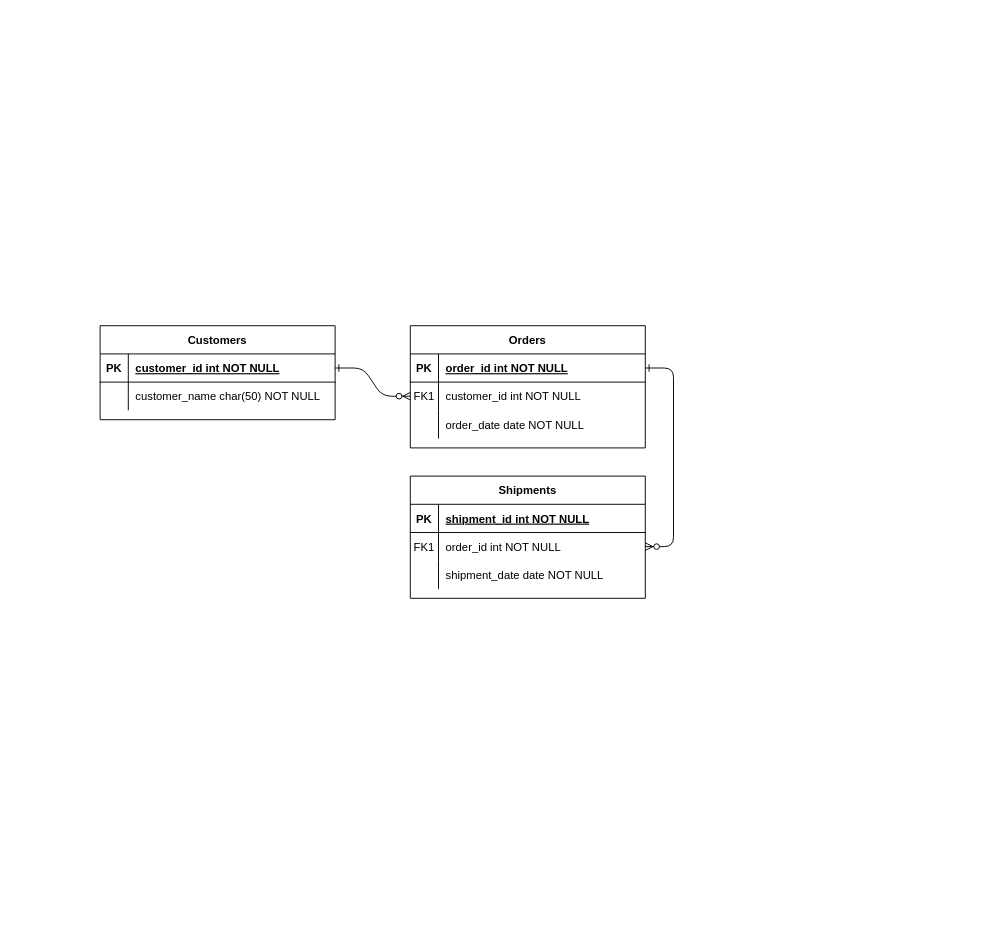
Above: DB_structure.drawio in abobandit/diagrams (draw.io), before the change. Source tidied: cells renumbered, new cells numbered last; positions are measured from the earlier drawing's top-left corner, leaving out a move shared by most shapes. Both pictures are drawn from the tidied source at 94%, with x=0, y=0 at pixel (100, 325).
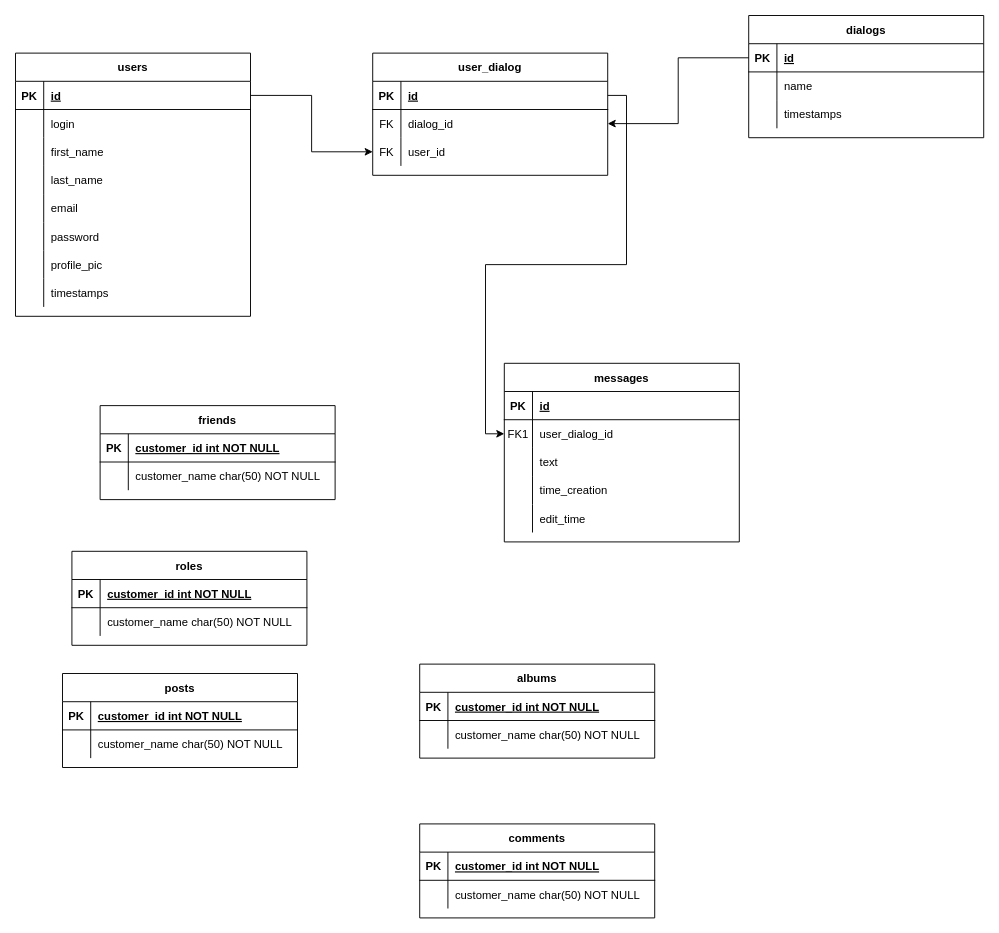
The same diagram, later.

The change refers to these unchanged cells:
```xml
<mxCell id="5" style="shape=partialRectangle;fillColor=none;points=[[0,0.5],[1,0.5]];portConstraint=eastwest;top=0;left=0;right=0;bottom=1;" parent="4" vertex="1">
  <mxGeometry y="30" width="250" height="30" as="geometry" />
</mxCell>
<mxCell id="8" style="shape=partialRectangle;fillColor=none;points=[[0,0.5],[1,0.5]];portConstraint=eastwest;top=0;left=0;right=0;bottom=0;" parent="4" vertex="1">
  <mxGeometry y="60" width="250" height="30" as="geometry" />
</mxCell>
<mxCell id="11" style="shape=partialRectangle;fillColor=none;top=0;left=0;right=0;bottom=0;" parent="4" vertex="1">
  <mxGeometry y="90" width="250" height="30" as="geometry" />
</mxCell>
<mxCell id="15" style="shape=partialRectangle;fillColor=none;top=0;left=0;right=0;bottom=1;" parent="14" vertex="1">
  <mxGeometry y="30" width="250" height="30" as="geometry" />
</mxCell>
<mxCell id="18" style="shape=partialRectangle;fillColor=none;points=[[0,0.5],[1,0.5]];portConstraint=eastwest;top=0;left=0;right=0;bottom=0;" parent="14" vertex="1">
  <mxGeometry y="60" width="250" height="30" as="geometry" />
</mxCell>
<mxCell id="21" style="shape=partialRectangle;fillColor=none;top=0;left=0;right=0;bottom=0;" parent="14" vertex="1">
  <mxGeometry y="90" width="250" height="30" as="geometry" />
</mxCell>
<mxCell id="25" style="shape=partialRectangle;fillColor=none;points=[[0,0.5],[1,0.5]];portConstraint=eastwest;top=0;left=0;right=0;bottom=1;" parent="24" vertex="1">
  <mxGeometry y="30" width="250" height="30" as="geometry" />
</mxCell>
<mxCell id="28" style="shape=partialRectangle;fillColor=none;top=0;left=0;right=0;bottom=0;" parent="24" vertex="1">
  <mxGeometry y="60" width="250" height="30" as="geometry" />
</mxCell>
```

Change to the diagram source:
```diff
@@
-    <mxCell id="2" style="edgeStyle=entityRelationEdgeStyle;endArrow=ERzeroToMany;startArrow=ERone;endFill=1;startFill=0;" parent="1" edge="1" source="25" target="8">
-      <mxGeometry relative="1" as="geometry" />
-    </mxCell>
-    <mxCell id="3" style="edgeStyle=entityRelationEdgeStyle;endArrow=ERzeroToMany;startArrow=ERone;endFill=1;startFill=0;" parent="1" edge="1" source="5" target="18">
-      <mxGeometry relative="1" as="geometry" />
-    </mxCell>
-    <mxCell id="4" value="Orders" style="shape=table;startSize=30;childLayout=tableLayout;rowLines=0;fontStyle=1;align=center;" parent="1" vertex="1">
-      <mxGeometry x="330" width="250" height="130" as="geometry" />
+    <mxCell id="4" value="dialogs" style="shape=table;startSize=30;childLayout=tableLayout;rowLines=0;fontStyle=1;align=center;" parent="1" vertex="1">
+      <mxGeometry x="690" y="-330" width="250" height="130" as="geometry" />
     </mxCell>
@@
-    <mxCell id="7" value="order_id int NOT NULL " style="shape=partialRectangle;overflow=hidden;fillColor=none;top=0;left=0;bottom=0;right=0;align=left;spacingLeft=6;fontStyle=5;" parent="5" vertex="1">
+    <mxCell id="7" value="id" style="shape=partialRectangle;overflow=hidden;fillColor=none;top=0;left=0;bottom=0;right=0;align=left;spacingLeft=6;fontStyle=5;" parent="5" vertex="1">
       <mxGeometry x="30" width="220" height="30" as="geometry" />
     </mxCell>
@@
-    <mxCell id="9" value="FK1" style="shape=partialRectangle;overflow=hidden;fillColor=none;top=0;left=0;bottom=0;right=0;" parent="8" vertex="1">
+    <mxCell id="9" style="shape=partialRectangle;overflow=hidden;fillColor=none;top=0;left=0;bottom=0;right=0;" parent="8" vertex="1">
       <mxGeometry width="30" height="30" as="geometry" />
     </mxCell>
-    <mxCell id="10" value="customer_id int NOT NULL" style="shape=partialRectangle;overflow=hidden;fillColor=none;top=0;left=0;bottom=0;right=0;align=left;spacingLeft=6;" parent="8" vertex="1">
+    <mxCell id="10" value="name" style="shape=partialRectangle;overflow=hidden;fillColor=none;top=0;left=0;bottom=0;right=0;align=left;spacingLeft=6;" parent="8" vertex="1">
       <mxGeometry x="30" width="220" height="30" as="geometry" />
     </mxCell>
@@
-    <mxCell id="13" value="order_date date NOT NULL" style="shape=partialRectangle;overflow=hidden;fillColor=none;top=0;left=0;bottom=0;right=0;align=left;spacingLeft=6;" parent="11" vertex="1">
+    <mxCell id="13" value="timestamps" style="shape=partialRectangle;overflow=hidden;fillColor=none;top=0;left=0;bottom=0;right=0;align=left;spacingLeft=6;" parent="11" vertex="1">
       <mxGeometry x="30" width="220" height="30" as="geometry" />
     </mxCell>
-    <mxCell id="14" value="Shipments" style="shape=table;startSize=30;childLayout=tableLayout;rowLines=0;fontStyle=1;align=center;" parent="1" vertex="1">
-      <mxGeometry x="330" y="160" width="250" height="130" as="geometry" />
+    <mxCell id="14" value="messages" style="shape=table;startSize=30;childLayout=tableLayout;rowLines=0;fontStyle=1;align=center;" parent="1" vertex="1">
+      <mxGeometry x="430" y="40" width="250" height="190" as="geometry" />
     </mxCell>
@@
-    <mxCell id="17" value="shipment_id int NOT NULL " style="shape=partialRectangle;overflow=hidden;fillColor=none;top=0;left=0;bottom=0;right=0;align=left;spacingLeft=6;fontStyle=5;" parent="15" vertex="1">
+    <mxCell id="17" value="id" style="shape=partialRectangle;overflow=hidden;fillColor=none;top=0;left=0;bottom=0;right=0;align=left;spacingLeft=6;fontStyle=5;" parent="15" vertex="1">
       <mxGeometry x="30" width="220" height="30" as="geometry" />
     </mxCell>
@@
-    <mxCell id="20" value="order_id int NOT NULL" style="shape=partialRectangle;overflow=hidden;fillColor=none;top=0;left=0;bottom=0;right=0;align=left;spacingLeft=6;" parent="18" vertex="1">
+    <mxCell id="20" value="user_dialog_id" style="shape=partialRectangle;overflow=hidden;fillColor=none;top=0;left=0;bottom=0;right=0;align=left;spacingLeft=6;" parent="18" vertex="1">
       <mxGeometry x="30" width="220" height="30" as="geometry" />
     </mxCell>
@@
-    <mxCell id="23" value="shipment_date date NOT NULL" style="shape=partialRectangle;overflow=hidden;fillColor=none;top=0;left=0;bottom=0;right=0;align=left;spacingLeft=6;" parent="21" vertex="1">
+    <mxCell id="23" value="text" style="shape=partialRectangle;overflow=hidden;fillColor=none;top=0;left=0;bottom=0;right=0;align=left;spacingLeft=6;" parent="21" vertex="1">
       <mxGeometry x="30" width="220" height="30" as="geometry" />
     </mxCell>
+    <mxCell id="31" style="shape=partialRectangle;fillColor=none;top=0;left=0;right=0;bottom=0;" parent="14" vertex="1">
+      <mxGeometry y="120" width="250" height="30" as="geometry" />
+    </mxCell>
+    <mxCell id="32" style="shape=partialRectangle;overflow=hidden;fillColor=none;top=0;left=0;bottom=0;right=0;" parent="31" vertex="1">
+      <mxGeometry width="30" height="30" as="geometry" />
+    </mxCell>
+    <mxCell id="33" value="time_creation" style="shape=partialRectangle;overflow=hidden;fillColor=none;top=0;left=0;bottom=0;right=0;align=left;spacingLeft=6;" parent="31" vertex="1">
+      <mxGeometry x="30" width="220" height="30" as="geometry" />
+    </mxCell>
+    <mxCell id="34" style="shape=partialRectangle;fillColor=none;top=0;left=0;right=0;bottom=0;" parent="14" vertex="1">
+      <mxGeometry y="150" width="250" height="30" as="geometry" />
+    </mxCell>
+    <mxCell id="35" style="shape=partialRectangle;overflow=hidden;fillColor=none;top=0;left=0;bottom=0;right=0;" parent="34" vertex="1">
+      <mxGeometry width="30" height="30" as="geometry" />
+    </mxCell>
+    <mxCell id="36" value="edit_time" style="shape=partialRectangle;overflow=hidden;fillColor=none;top=0;left=0;bottom=0;right=0;align=left;spacingLeft=6;" parent="34" vertex="1">
+      <mxGeometry x="30" width="220" height="30" as="geometry" />
+    </mxCell>
-    <mxCell id="24" value="Customers" style="shape=table;startSize=30;childLayout=tableLayout;rowLines=0;fontStyle=1;align=center;" parent="1" vertex="1">
-      <mxGeometry width="250" height="100" as="geometry" />
+    <mxCell id="24" value="users" style="shape=table;startSize=30;childLayout=tableLayout;rowLines=0;fontStyle=1;align=center;" parent="1" vertex="1">
+      <mxGeometry x="-90" y="-290" width="250" height="280" as="geometry" />
     </mxCell>
@@
-    <mxCell id="27" value="customer_id int NOT NULL " style="shape=partialRectangle;overflow=hidden;fillColor=none;top=0;left=0;bottom=0;right=0;align=left;spacingLeft=6;fontStyle=5;" parent="25" vertex="1">
+    <mxCell id="27" value="id" style="shape=partialRectangle;overflow=hidden;fillColor=none;top=0;left=0;bottom=0;right=0;align=left;spacingLeft=6;fontStyle=5;" parent="25" vertex="1">
       <mxGeometry x="30" width="220" height="30" as="geometry" />
     </mxCell>
@@
-    <mxCell id="30" value="customer_name char(50) NOT NULL" style="shape=partialRectangle;overflow=hidden;fillColor=none;top=0;left=0;bottom=0;right=0;align=left;spacingLeft=6;" parent="28" vertex="1">
+    <mxCell id="30" value="login" style="shape=partialRectangle;overflow=hidden;fillColor=none;top=0;left=0;bottom=0;right=0;align=left;spacingLeft=6;" parent="28" vertex="1">
       <mxGeometry x="30" width="220" height="30" as="geometry" />
     </mxCell>
+    <mxCell id="37" style="shape=partialRectangle;fillColor=none;top=0;left=0;right=0;bottom=0;" parent="24" vertex="1">
+      <mxGeometry y="90" width="250" height="30" as="geometry" />
+    </mxCell>
+    <mxCell id="38" style="shape=partialRectangle;overflow=hidden;fillColor=none;top=0;left=0;bottom=0;right=0;" parent="37" vertex="1">
+      <mxGeometry width="30" height="30" as="geometry" />
+    </mxCell>
+    <mxCell id="39" value="first_name" style="shape=partialRectangle;overflow=hidden;fillColor=none;top=0;left=0;bottom=0;right=0;align=left;spacingLeft=6;" parent="37" vertex="1">
+      <mxGeometry x="30" width="220" height="30" as="geometry" />
+    </mxCell>
+    <mxCell id="40" style="shape=partialRectangle;fillColor=none;top=0;left=0;right=0;bottom=0;" parent="24" vertex="1">
+      <mxGeometry y="120" width="250" height="30" as="geometry" />
+    </mxCell>
+    <mxCell id="41" style="shape=partialRectangle;overflow=hidden;fillColor=none;top=0;left=0;bottom=0;right=0;" parent="40" vertex="1">
+      <mxGeometry width="30" height="30" as="geometry" />
+    </mxCell>
+    <mxCell id="42" value="last_name" style="shape=partialRectangle;overflow=hidden;fillColor=none;top=0;left=0;bottom=0;right=0;align=left;spacingLeft=6;" parent="40" vertex="1">
+      <mxGeometry x="30" width="220" height="30" as="geometry" />
+    </mxCell>
+    <mxCell id="43" style="shape=partialRectangle;fillColor=none;top=0;left=0;right=0;bottom=0;" parent="24" vertex="1">
+      <mxGeometry y="150" width="250" height="30" as="geometry" />
+    </mxCell>
+    <mxCell id="44" style="shape=partialRectangle;overflow=hidden;fillColor=none;top=0;left=0;bottom=0;right=0;" parent="43" vertex="1">
+      <mxGeometry width="30" height="30" as="geometry" />
+    </mxCell>
+    <mxCell id="45" value="email" style="shape=partialRectangle;overflow=hidden;fillColor=none;top=0;left=0;bottom=0;right=0;align=left;spacingLeft=6;" parent="43" vertex="1">
+      <mxGeometry x="30" width="220" height="30" as="geometry" />
+    </mxCell>
+    <mxCell id="46" style="shape=partialRectangle;fillColor=none;top=0;left=0;right=0;bottom=0;" parent="24" vertex="1">
+      <mxGeometry y="180" width="250" height="30" as="geometry" />
+    </mxCell>
+    <mxCell id="47" style="shape=partialRectangle;overflow=hidden;fillColor=none;top=0;left=0;bottom=0;right=0;" parent="46" vertex="1">
+      <mxGeometry width="30" height="30" as="geometry" />
+    </mxCell>
+    <mxCell id="48" value="password" style="shape=partialRectangle;overflow=hidden;fillColor=none;top=0;left=0;bottom=0;right=0;align=left;spacingLeft=6;" parent="46" vertex="1">
+      <mxGeometry x="30" width="220" height="30" as="geometry" />
+    </mxCell>
+    <mxCell id="49" style="shape=partialRectangle;fillColor=none;top=0;left=0;right=0;bottom=0;" parent="24" vertex="1">
+      <mxGeometry y="210" width="250" height="30" as="geometry" />
+    </mxCell>
+    <mxCell id="50" style="shape=partialRectangle;overflow=hidden;fillColor=none;top=0;left=0;bottom=0;right=0;" parent="49" vertex="1">
+      <mxGeometry width="30" height="30" as="geometry" />
+    </mxCell>
+    <mxCell id="51" value="profile_pic" style="shape=partialRectangle;overflow=hidden;fillColor=none;top=0;left=0;bottom=0;right=0;align=left;spacingLeft=6;" parent="49" vertex="1">
+      <mxGeometry x="30" width="220" height="30" as="geometry" />
+    </mxCell>
+    <mxCell id="52" style="shape=partialRectangle;fillColor=none;top=0;left=0;right=0;bottom=0;" parent="24" vertex="1">
+      <mxGeometry y="240" width="250" height="30" as="geometry" />
+    </mxCell>
+    <mxCell id="53" style="shape=partialRectangle;overflow=hidden;fillColor=none;top=0;left=0;bottom=0;right=0;" parent="52" vertex="1">
+      <mxGeometry width="30" height="30" as="geometry" />
+    </mxCell>
+    <mxCell id="54" value="timestamps" style="shape=partialRectangle;overflow=hidden;fillColor=none;top=0;left=0;bottom=0;right=0;align=left;spacingLeft=6;" parent="52" vertex="1">
+      <mxGeometry x="30" width="220" height="30" as="geometry" />
+    </mxCell>
+    <mxCell id="55" value="posts" style="shape=table;startSize=30;childLayout=tableLayout;rowLines=0;fontStyle=1;align=center;" parent="1" vertex="1">
+      <mxGeometry x="-40" y="370" width="250" height="100" as="geometry" />
+    </mxCell>
+    <mxCell id="56" style="shape=partialRectangle;fillColor=none;top=0;left=0;right=0;bottom=1;" parent="55" vertex="1">
+      <mxGeometry y="30" width="250" height="30" as="geometry" />
+    </mxCell>
+    <mxCell id="57" value="PK" style="shape=partialRectangle;overflow=hidden;fillColor=none;top=0;left=0;bottom=0;right=0;fontStyle=1;" parent="56" vertex="1">
+      <mxGeometry width="30" height="30" as="geometry" />
+    </mxCell>
+    <mxCell id="58" value="customer_id int NOT NULL " style="shape=partialRectangle;overflow=hidden;fillColor=none;top=0;left=0;bottom=0;right=0;align=left;spacingLeft=6;fontStyle=5;" parent="56" vertex="1">
+      <mxGeometry x="30" width="220" height="30" as="geometry" />
+    </mxCell>
+    <mxCell id="59" style="shape=partialRectangle;fillColor=none;top=0;left=0;right=0;bottom=0;" parent="55" vertex="1">
+      <mxGeometry y="60" width="250" height="30" as="geometry" />
+    </mxCell>
+    <mxCell id="60" style="shape=partialRectangle;overflow=hidden;fillColor=none;top=0;left=0;bottom=0;right=0;" parent="59" vertex="1">
+      <mxGeometry width="30" height="30" as="geometry" />
+    </mxCell>
+    <mxCell id="61" value="customer_name char(50) NOT NULL" style="shape=partialRectangle;overflow=hidden;fillColor=none;top=0;left=0;bottom=0;right=0;align=left;spacingLeft=6;" parent="59" vertex="1">
+      <mxGeometry x="30" width="220" height="30" as="geometry" />
+    </mxCell>
+    <mxCell id="62" value="albums" style="shape=table;startSize=30;childLayout=tableLayout;rowLines=0;fontStyle=1;align=center;" parent="1" vertex="1">
+      <mxGeometry x="340" y="360" width="250" height="100" as="geometry" />
+    </mxCell>
+    <mxCell id="63" style="shape=partialRectangle;fillColor=none;top=0;left=0;right=0;bottom=1;" parent="62" vertex="1">
+      <mxGeometry y="30" width="250" height="30" as="geometry" />
+    </mxCell>
+    <mxCell id="64" value="PK" style="shape=partialRectangle;overflow=hidden;fillColor=none;top=0;left=0;bottom=0;right=0;fontStyle=1;" parent="63" vertex="1">
+      <mxGeometry width="30" height="30" as="geometry" />
+    </mxCell>
+    <mxCell id="65" value="customer_id int NOT NULL " style="shape=partialRectangle;overflow=hidden;fillColor=none;top=0;left=0;bottom=0;right=0;align=left;spacingLeft=6;fontStyle=5;" parent="63" vertex="1">
+      <mxGeometry x="30" width="220" height="30" as="geometry" />
+    </mxCell>
+    <mxCell id="66" style="shape=partialRectangle;fillColor=none;top=0;left=0;right=0;bottom=0;" parent="62" vertex="1">
+      <mxGeometry y="60" width="250" height="30" as="geometry" />
+    </mxCell>
+    <mxCell id="67" style="shape=partialRectangle;overflow=hidden;fillColor=none;top=0;left=0;bottom=0;right=0;" parent="66" vertex="1">
+      <mxGeometry width="30" height="30" as="geometry" />
+    </mxCell>
+    <mxCell id="68" value="customer_name char(50) NOT NULL" style="shape=partialRectangle;overflow=hidden;fillColor=none;top=0;left=0;bottom=0;right=0;align=left;spacingLeft=6;" parent="66" vertex="1">
+      <mxGeometry x="30" width="220" height="30" as="geometry" />
+    </mxCell>
+    <mxCell id="69" value="user_dialog" style="shape=table;startSize=30;childLayout=tableLayout;rowLines=0;fontStyle=1;align=center;" parent="1" vertex="1">
+      <mxGeometry x="290" y="-290" width="250" height="130" as="geometry" />
+    </mxCell>
+    <mxCell id="70" style="shape=partialRectangle;fillColor=none;points=[[0,0.5],[1,0.5]];portConstraint=eastwest;top=0;left=0;right=0;bottom=1;" parent="69" vertex="1">
+      <mxGeometry y="30" width="250" height="30" as="geometry" />
+    </mxCell>
+    <mxCell id="71" value="PK" style="shape=partialRectangle;overflow=hidden;fillColor=none;top=0;left=0;bottom=0;right=0;fontStyle=1;" parent="70" vertex="1">
+      <mxGeometry width="30" height="30" as="geometry" />
+    </mxCell>
+    <mxCell id="72" value="id" style="shape=partialRectangle;overflow=hidden;fillColor=none;top=0;left=0;bottom=0;right=0;align=left;spacingLeft=6;fontStyle=5;" parent="70" vertex="1">
+      <mxGeometry x="30" width="220" height="30" as="geometry" />
+    </mxCell>
+    <mxCell id="73" style="shape=partialRectangle;fillColor=none;points=[[0,0.5],[1,0.5]];portConstraint=eastwest;top=0;left=0;right=0;bottom=0;" parent="69" vertex="1">
+      <mxGeometry y="60" width="250" height="30" as="geometry" />
+    </mxCell>
+    <mxCell id="74" value="FK" style="shape=partialRectangle;overflow=hidden;fillColor=none;top=0;left=0;bottom=0;right=0;" parent="73" vertex="1">
+      <mxGeometry width="30" height="30" as="geometry" />
+    </mxCell>
+    <mxCell id="75" value="dialog_id" style="shape=partialRectangle;overflow=hidden;fillColor=none;top=0;left=0;bottom=0;right=0;align=left;spacingLeft=6;" parent="73" vertex="1">
+      <mxGeometry x="30" width="220" height="30" as="geometry" />
+    </mxCell>
+    <mxCell id="76" style="shape=partialRectangle;fillColor=none;points=[[0,0.5],[1,0.5]];portConstraint=eastwest;top=0;left=0;right=0;bottom=0;" parent="69" vertex="1">
+      <mxGeometry y="90" width="250" height="30" as="geometry" />
+    </mxCell>
+    <mxCell id="77" value="FK" style="shape=partialRectangle;overflow=hidden;fillColor=none;top=0;left=0;bottom=0;right=0;" parent="76" vertex="1">
+      <mxGeometry width="30" height="30" as="geometry" />
+    </mxCell>
+    <mxCell id="78" value="user_id" style="shape=partialRectangle;overflow=hidden;fillColor=none;top=0;left=0;bottom=0;right=0;align=left;spacingLeft=6;" parent="76" vertex="1">
+      <mxGeometry x="30" width="220" height="30" as="geometry" />
+    </mxCell>
+    <mxCell id="79" value="friends" style="shape=table;startSize=30;childLayout=tableLayout;rowLines=0;fontStyle=1;align=center;" parent="1" vertex="1">
+      <mxGeometry y="85" width="250" height="100" as="geometry" />
+    </mxCell>
+    <mxCell id="80" style="shape=partialRectangle;fillColor=none;top=0;left=0;right=0;bottom=1;" parent="79" vertex="1">
+      <mxGeometry y="30" width="250" height="30" as="geometry" />
+    </mxCell>
+    <mxCell id="81" value="PK" style="shape=partialRectangle;overflow=hidden;fillColor=none;top=0;left=0;bottom=0;right=0;fontStyle=1;" parent="80" vertex="1">
+      <mxGeometry width="30" height="30" as="geometry" />
+    </mxCell>
+    <mxCell id="82" value="customer_id int NOT NULL " style="shape=partialRectangle;overflow=hidden;fillColor=none;top=0;left=0;bottom=0;right=0;align=left;spacingLeft=6;fontStyle=5;" parent="80" vertex="1">
+      <mxGeometry x="30" width="220" height="30" as="geometry" />
+    </mxCell>
+    <mxCell id="83" style="shape=partialRectangle;fillColor=none;top=0;left=0;right=0;bottom=0;" parent="79" vertex="1">
+      <mxGeometry y="60" width="250" height="30" as="geometry" />
+    </mxCell>
+    <mxCell id="84" style="shape=partialRectangle;overflow=hidden;fillColor=none;top=0;left=0;bottom=0;right=0;" parent="83" vertex="1">
+      <mxGeometry width="30" height="30" as="geometry" />
+    </mxCell>
+    <mxCell id="85" value="customer_name char(50) NOT NULL" style="shape=partialRectangle;overflow=hidden;fillColor=none;top=0;left=0;bottom=0;right=0;align=left;spacingLeft=6;" parent="83" vertex="1">
+      <mxGeometry x="30" width="220" height="30" as="geometry" />
+    </mxCell>
+    <mxCell id="86" value="roles" style="shape=table;startSize=30;childLayout=tableLayout;rowLines=0;fontStyle=1;align=center;" parent="1" vertex="1">
+      <mxGeometry x="-30" y="240" width="250" height="100" as="geometry" />
+    </mxCell>
+    <mxCell id="87" style="shape=partialRectangle;fillColor=none;top=0;left=0;right=0;bottom=1;" parent="86" vertex="1">
+      <mxGeometry y="30" width="250" height="30" as="geometry" />
+    </mxCell>
+    <mxCell id="88" value="PK" style="shape=partialRectangle;overflow=hidden;fillColor=none;top=0;left=0;bottom=0;right=0;fontStyle=1;" parent="87" vertex="1">
+      <mxGeometry width="30" height="30" as="geometry" />
+    </mxCell>
+    <mxCell id="89" value="customer_id int NOT NULL " style="shape=partialRectangle;overflow=hidden;fillColor=none;top=0;left=0;bottom=0;right=0;align=left;spacingLeft=6;fontStyle=5;" parent="87" vertex="1">
+      <mxGeometry x="30" width="220" height="30" as="geometry" />
+    </mxCell>
+    <mxCell id="90" style="shape=partialRectangle;fillColor=none;top=0;left=0;right=0;bottom=0;" parent="86" vertex="1">
+      <mxGeometry y="60" width="250" height="30" as="geometry" />
+    </mxCell>
+    <mxCell id="91" style="shape=partialRectangle;overflow=hidden;fillColor=none;top=0;left=0;bottom=0;right=0;" parent="90" vertex="1">
+      <mxGeometry width="30" height="30" as="geometry" />
+    </mxCell>
+    <mxCell id="92" value="customer_name char(50) NOT NULL" style="shape=partialRectangle;overflow=hidden;fillColor=none;top=0;left=0;bottom=0;right=0;align=left;spacingLeft=6;" parent="90" vertex="1">
+      <mxGeometry x="30" width="220" height="30" as="geometry" />
+    </mxCell>
+    <mxCell id="93" value="comments" style="shape=table;startSize=30;childLayout=tableLayout;rowLines=0;fontStyle=1;align=center;" parent="1" vertex="1">
+      <mxGeometry x="340" y="530" width="250" height="100" as="geometry" />
+    </mxCell>
+    <mxCell id="94" style="shape=partialRectangle;fillColor=none;top=0;left=0;right=0;bottom=1;" parent="93" vertex="1">
+      <mxGeometry y="30" width="250" height="30" as="geometry" />
+    </mxCell>
+    <mxCell id="95" value="PK" style="shape=partialRectangle;overflow=hidden;fillColor=none;top=0;left=0;bottom=0;right=0;fontStyle=1;" parent="94" vertex="1">
+      <mxGeometry width="30" height="30" as="geometry" />
+    </mxCell>
+    <mxCell id="96" value="customer_id int NOT NULL " style="shape=partialRectangle;overflow=hidden;fillColor=none;top=0;left=0;bottom=0;right=0;align=left;spacingLeft=6;fontStyle=5;" parent="94" vertex="1">
+      <mxGeometry x="30" width="220" height="30" as="geometry" />
+    </mxCell>
+    <mxCell id="97" style="shape=partialRectangle;fillColor=none;top=0;left=0;right=0;bottom=0;" parent="93" vertex="1">
+      <mxGeometry y="60" width="250" height="30" as="geometry" />
+    </mxCell>
+    <mxCell id="98" style="shape=partialRectangle;overflow=hidden;fillColor=none;top=0;left=0;bottom=0;right=0;" parent="97" vertex="1">
+      <mxGeometry width="30" height="30" as="geometry" />
+    </mxCell>
+    <mxCell id="99" value="customer_name char(50) NOT NULL" style="shape=partialRectangle;overflow=hidden;fillColor=none;top=0;left=0;bottom=0;right=0;align=left;spacingLeft=6;" parent="97" vertex="1">
+      <mxGeometry x="30" width="220" height="30" as="geometry" />
+    </mxCell>
+    <mxCell id="100" style="edgeStyle=orthogonalEdgeStyle;rounded=0;jettySize=auto;html=1;" parent="1" edge="1" source="5" target="73">
+      <mxGeometry relative="1" as="geometry" />
+    </mxCell>
+    <mxCell id="101" style="edgeStyle=orthogonalEdgeStyle;rounded=0;jettySize=auto;html=1;" parent="1" edge="1" source="25" target="76">
+      <mxGeometry relative="1" as="geometry" />
+    </mxCell>
+    <mxCell id="102" style="edgeStyle=orthogonalEdgeStyle;rounded=0;jettySize=auto;html=1;" parent="1" edge="1" source="70" target="18">
+      <mxGeometry relative="1" as="geometry" />
+    </mxCell>
```
